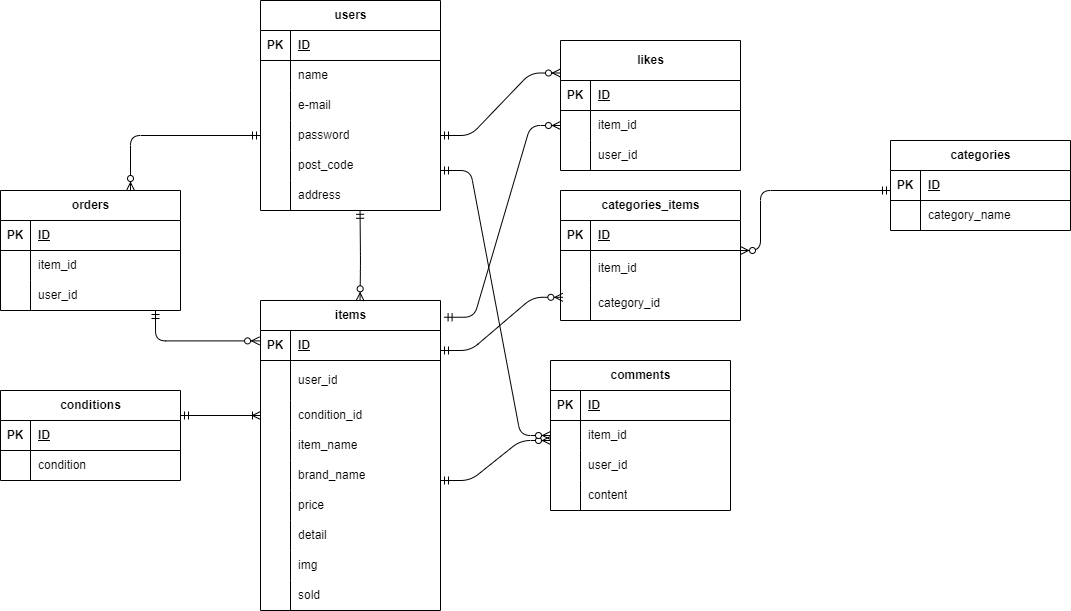
Before: frema.drawio.png, a diagram exported from draw.io (mayu-nishimura/test-free-market-app). Source tidied: cells renumbered, new cells last; positions are measured from the earlier drawing's top-left corner, leaving out a move shared by most shapes.
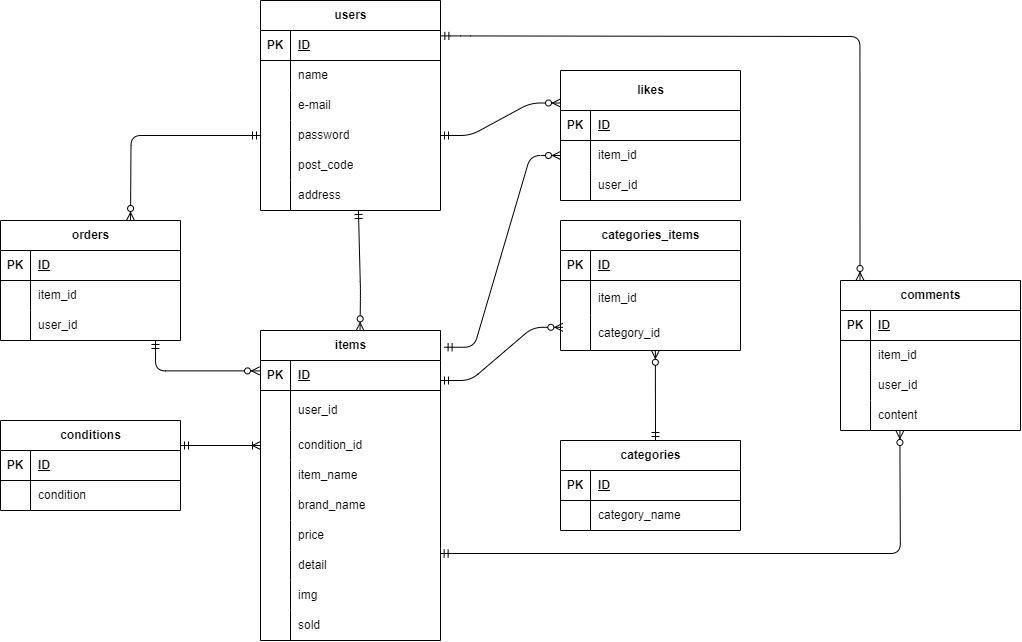
Above is the later version.

What changed in the source:
```diff
@@ -3,7 +3,7 @@
     <mxCell id="0" />
     <mxCell id="1" parent="0" />
     <mxCell id="2" value="users" style="shape=table;startSize=30;rowLines=0;fontStyle=1;align=center;html=1;" parent="1" vertex="1">
-      <mxGeometry x="260" width="180" height="210" as="geometry" />
+      <mxGeometry x="260" y="-30" width="180" height="210" as="geometry" />
     </mxCell>
     <mxCell id="3" style="shape=tableRow;horizontal=0;startSize=0;swimlaneHead=0;swimlaneBody=0;fillColor=none;points=[[0,0.5],[1,0.5]];portConstraint=eastwest;top=0;left=0;right=0;bottom=1;" parent="2" vertex="1">
       <mxGeometry y="30" width="180" height="30" as="geometry" />
@@ -144,7 +144,7 @@
       <mxGeometry x="30" width="150" height="30" as="geometry" />
     </mxCell>
     <mxCell id="49" value="categories" style="shape=table;startSize=30;rowLines=0;fontStyle=1;align=center;html=1;" parent="1" vertex="1">
-      <mxGeometry x="890" y="140" width="180" height="90" as="geometry" />
+      <mxGeometry x="560" y="410" width="180" height="90" as="geometry" />
     </mxCell>
     <mxCell id="50" style="shape=tableRow;horizontal=0;startSize=0;swimlaneHead=0;swimlaneBody=0;fillColor=none;top=0;left=0;right=0;bottom=1;" parent="49" vertex="1">
       <mxGeometry y="30" width="180" height="30" as="geometry" />
@@ -195,7 +195,7 @@
       <mxGeometry x="30" width="150" height="30" as="geometry" />
     </mxCell>
     <mxCell id="66" value="comments" style="shape=table;startSize=30;rowLines=0;fontStyle=1;align=center;html=1;" parent="1" vertex="1">
-      <mxGeometry x="550" y="360" width="180" height="150" as="geometry" />
+      <mxGeometry x="840" y="250" width="180" height="150" as="geometry" />
     </mxCell>
     <mxCell id="67" style="shape=tableRow;horizontal=0;startSize=0;swimlaneHead=0;swimlaneBody=0;fillColor=none;top=0;left=0;right=0;bottom=1;" parent="66" vertex="1">
       <mxGeometry y="30" width="180" height="30" as="geometry" />
@@ -300,20 +300,13 @@
         </Array>
       </mxGeometry>
     </mxCell>
-    <mxCell id="98" style="edgeStyle=entityRelationEdgeStyle;fontSize=12;html=1;endArrow=ERzeroToMany;startArrow=ERmandOne;entryX=-0.022;entryY=0.2;entryDx=0;entryDy=0;entryPerimeter=0;exitX=1;exitY=0.5;exitDx=0;exitDy=0;" parent="1" edge="1">
+    <mxCell id="98" style="edgeStyle=orthogonalEdgeStyle;fontSize=12;html=1;endArrow=ERzeroToMany;startArrow=ERmandOne;entryX=0;entryY=0.5;entryDx=0;entryDy=0;exitX=0.998;exitY=0.1;exitDx=0;exitDy=0;exitPerimeter=0;" parent="1" edge="1" source="40">
       <mxGeometry relative="1" as="geometry">
-        <mxPoint x="440" y="480" as="sourcePoint" />
-        <mxPoint x="550" y="440" as="targetPoint" />
-        <Array as="points">
-          <mxPoint x="460" y="485" />
-          <mxPoint x="540" y="480" />
-          <mxPoint x="530" y="490" />
-        </Array>
+        <mxPoint x="899.4" y="400" as="targetPoint" />
       </mxGeometry>
     </mxCell>
-    <mxCell id="99" style="fontSize=12;html=1;endArrow=ERzeroToMany;startArrow=ERmandOne;entryX=0.553;entryY=-0.002;entryDx=0;entryDy=0;entryPerimeter=0;exitX=0.553;exitY=0.96;exitDx=0;exitDy=0;exitPerimeter=0;" parent="1" edge="1">
+    <mxCell id="99" style="fontSize=12;html=1;endArrow=ERzeroToMany;startArrow=ERmandOne;entryX=0.553;entryY=-0.002;entryDx=0;entryDy=0;entryPerimeter=0;exitX=0.544;exitY=1;exitDx=0;exitDy=0;exitPerimeter=0;" parent="1" edge="1" source="18">
       <mxGeometry relative="1" as="geometry">
-        <mxPoint x="359.5" y="209.8" as="sourcePoint" />
         <mxPoint x="359.5" y="300.3" as="targetPoint" />
         <Array as="points">
           <mxPoint x="360" y="261" />
@@ -323,9 +316,6 @@
     <mxCell id="100" style="fontSize=12;html=1;endArrow=ERzeroToMany;startArrow=ERmandOne;entryX=0.993;entryY=0.15;entryDx=0;entryDy=0;entryPerimeter=0;exitX=0;exitY=0.5;exitDx=0;exitDy=0;edgeStyle=orthogonalEdgeStyle;" parent="1" edge="1" source="12">
       <mxGeometry relative="1" as="geometry">
         <mxPoint x="130" y="190" as="targetPoint" />
-        <Array as="points">
-          <mxPoint x="130" y="135" />
-        </Array>
       </mxGeometry>
     </mxCell>
     <mxCell id="101" style="fontSize=12;html=1;endArrow=ERoneToMany;startArrow=ERmandOne;entryX=0;entryY=0.5;entryDx=0;entryDy=0;" parent="1" edge="1">
@@ -386,22 +376,17 @@
         </Array>
       </mxGeometry>
     </mxCell>
-    <mxCell id="114" style="fontSize=12;html=1;endArrow=ERzeroToMany;startArrow=ERmandOne;entryX=1;entryY=0;entryDx=0;entryDy=0;entryPerimeter=0;exitX=0;exitY=0.5;exitDx=0;exitDy=0;edgeStyle=orthogonalEdgeStyle;" parent="1" edge="1" target="107">
+    <mxCell id="114" style="fontSize=12;html=1;endArrow=ERzeroToMany;startArrow=ERmandOne;entryX=0.527;entryY=0.994;entryDx=0;entryDy=0;entryPerimeter=0;" parent="1" edge="1" target="110">
       <mxGeometry relative="1" as="geometry">
-        <mxPoint x="890" y="190" as="sourcePoint" />
-        <Array as="points">
-          <mxPoint x="760" y="190" />
-          <mxPoint x="760" y="250" />
-        </Array>
+        <mxPoint x="655" y="410" as="sourcePoint" />
       </mxGeometry>
     </mxCell>
-    <mxCell id="115" style="edgeStyle=entityRelationEdgeStyle;fontSize=12;html=1;endArrow=ERzeroToMany;startArrow=ERmandOne;exitX=1;exitY=0.5;exitDx=0;exitDy=0;" parent="1" edge="1" target="66">
+    <mxCell id="115" style="edgeStyle=orthogonalEdgeStyle;fontSize=12;html=1;endArrow=ERzeroToMany;startArrow=ERmandOne;exitX=1.002;exitY=0.18;exitDx=0;exitDy=0;entryX=0;entryY=0.067;entryDx=0;entryDy=0;entryPerimeter=0;exitPerimeter=0;" parent="1" edge="1" source="3">
       <mxGeometry relative="1" as="geometry">
-        <mxPoint x="440" y="170" as="sourcePoint" />
+        <mxPoint x="859.5" y="250" as="targetPoint" />
         <Array as="points">
-          <mxPoint x="564" y="205" />
-          <mxPoint x="564" y="211" />
-          <mxPoint x="554" y="195" />
+          <mxPoint x="460" y="5" />
+          <mxPoint x="860" y="6" />
         </Array>
       </mxGeometry>
     </mxCell>
```
